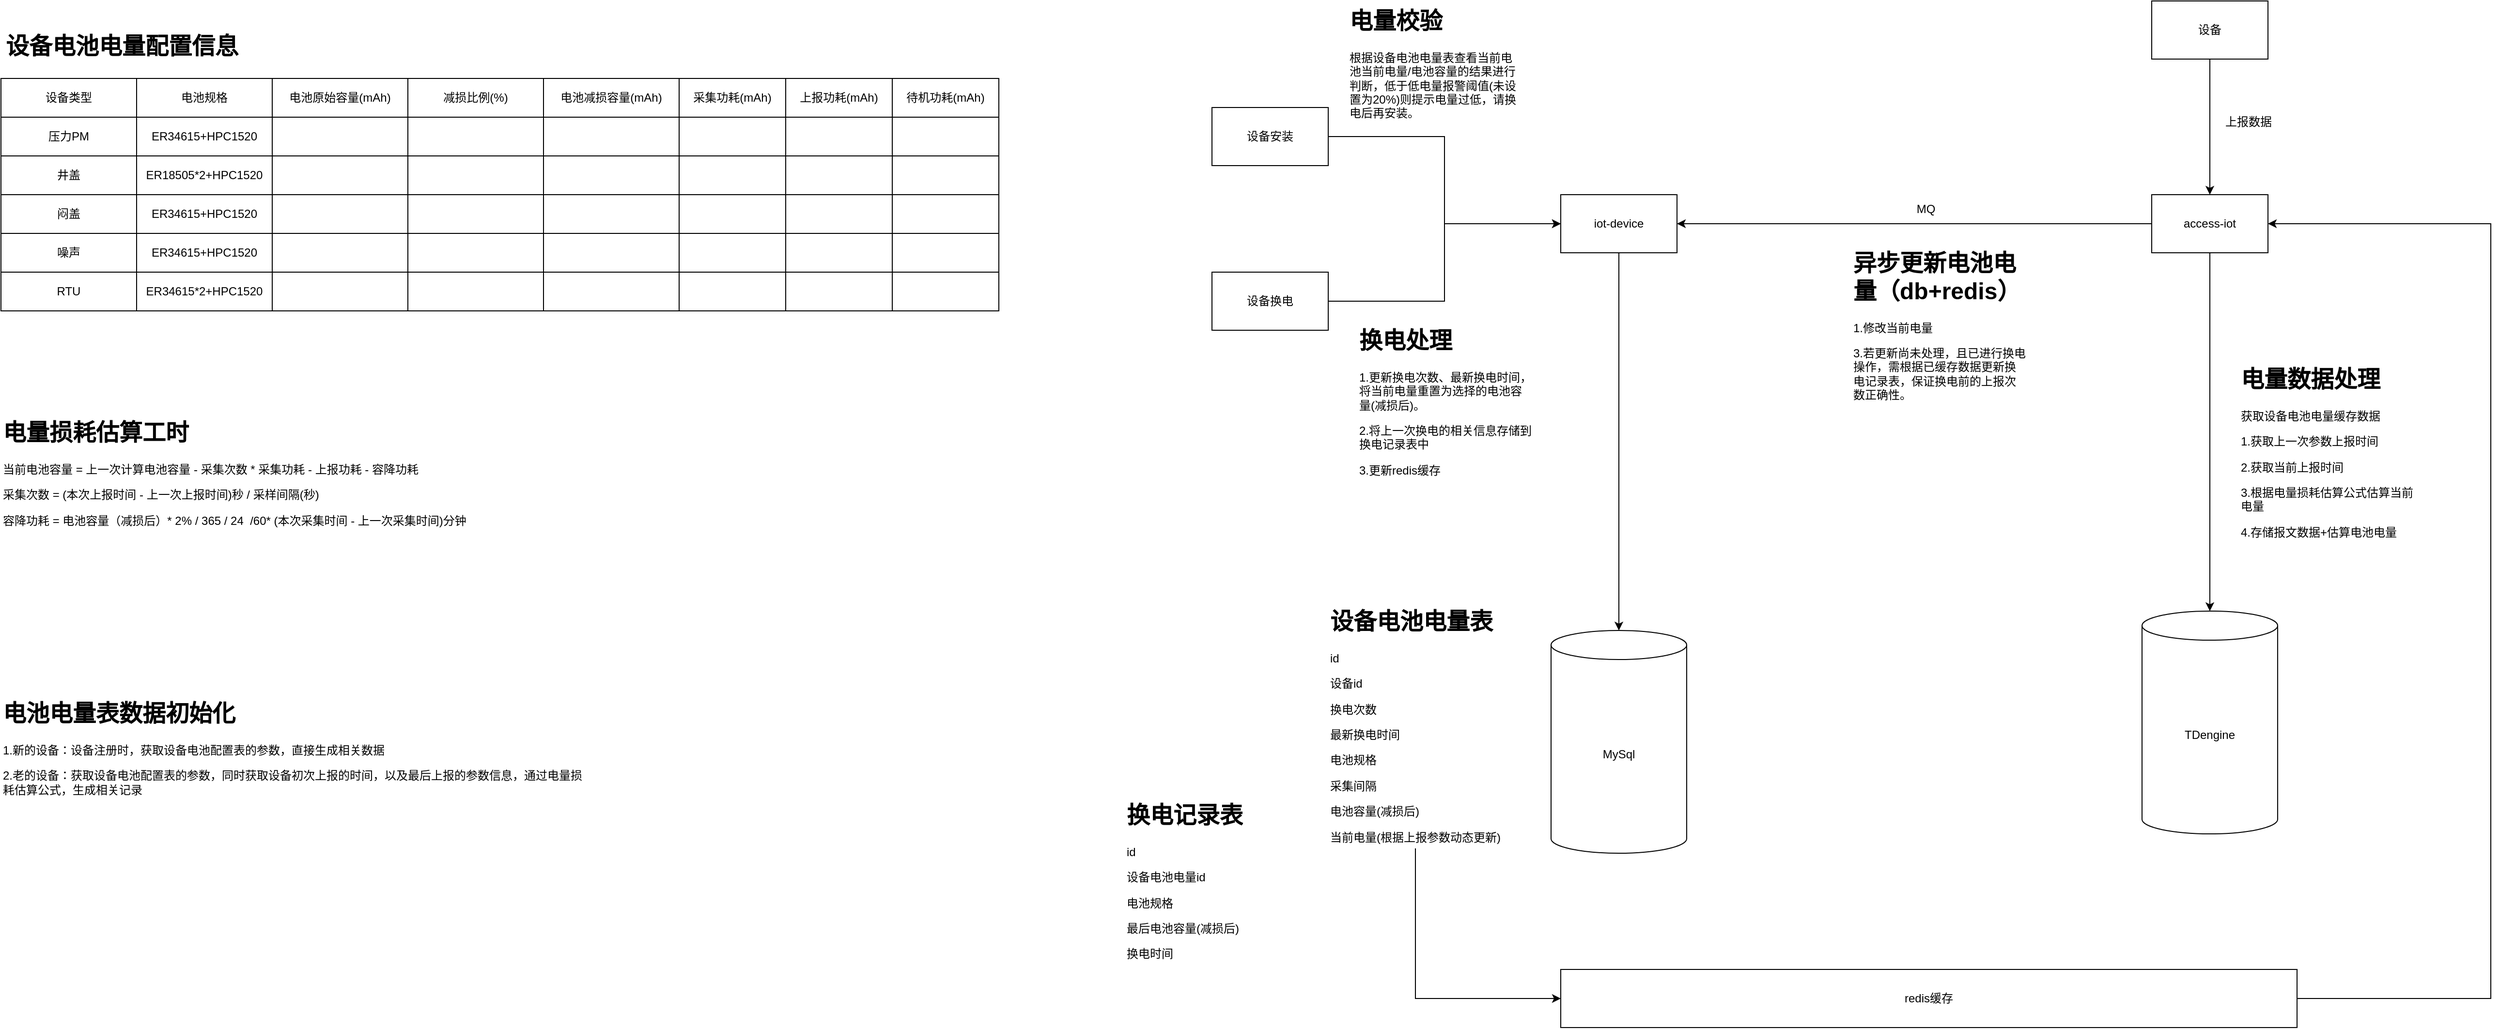
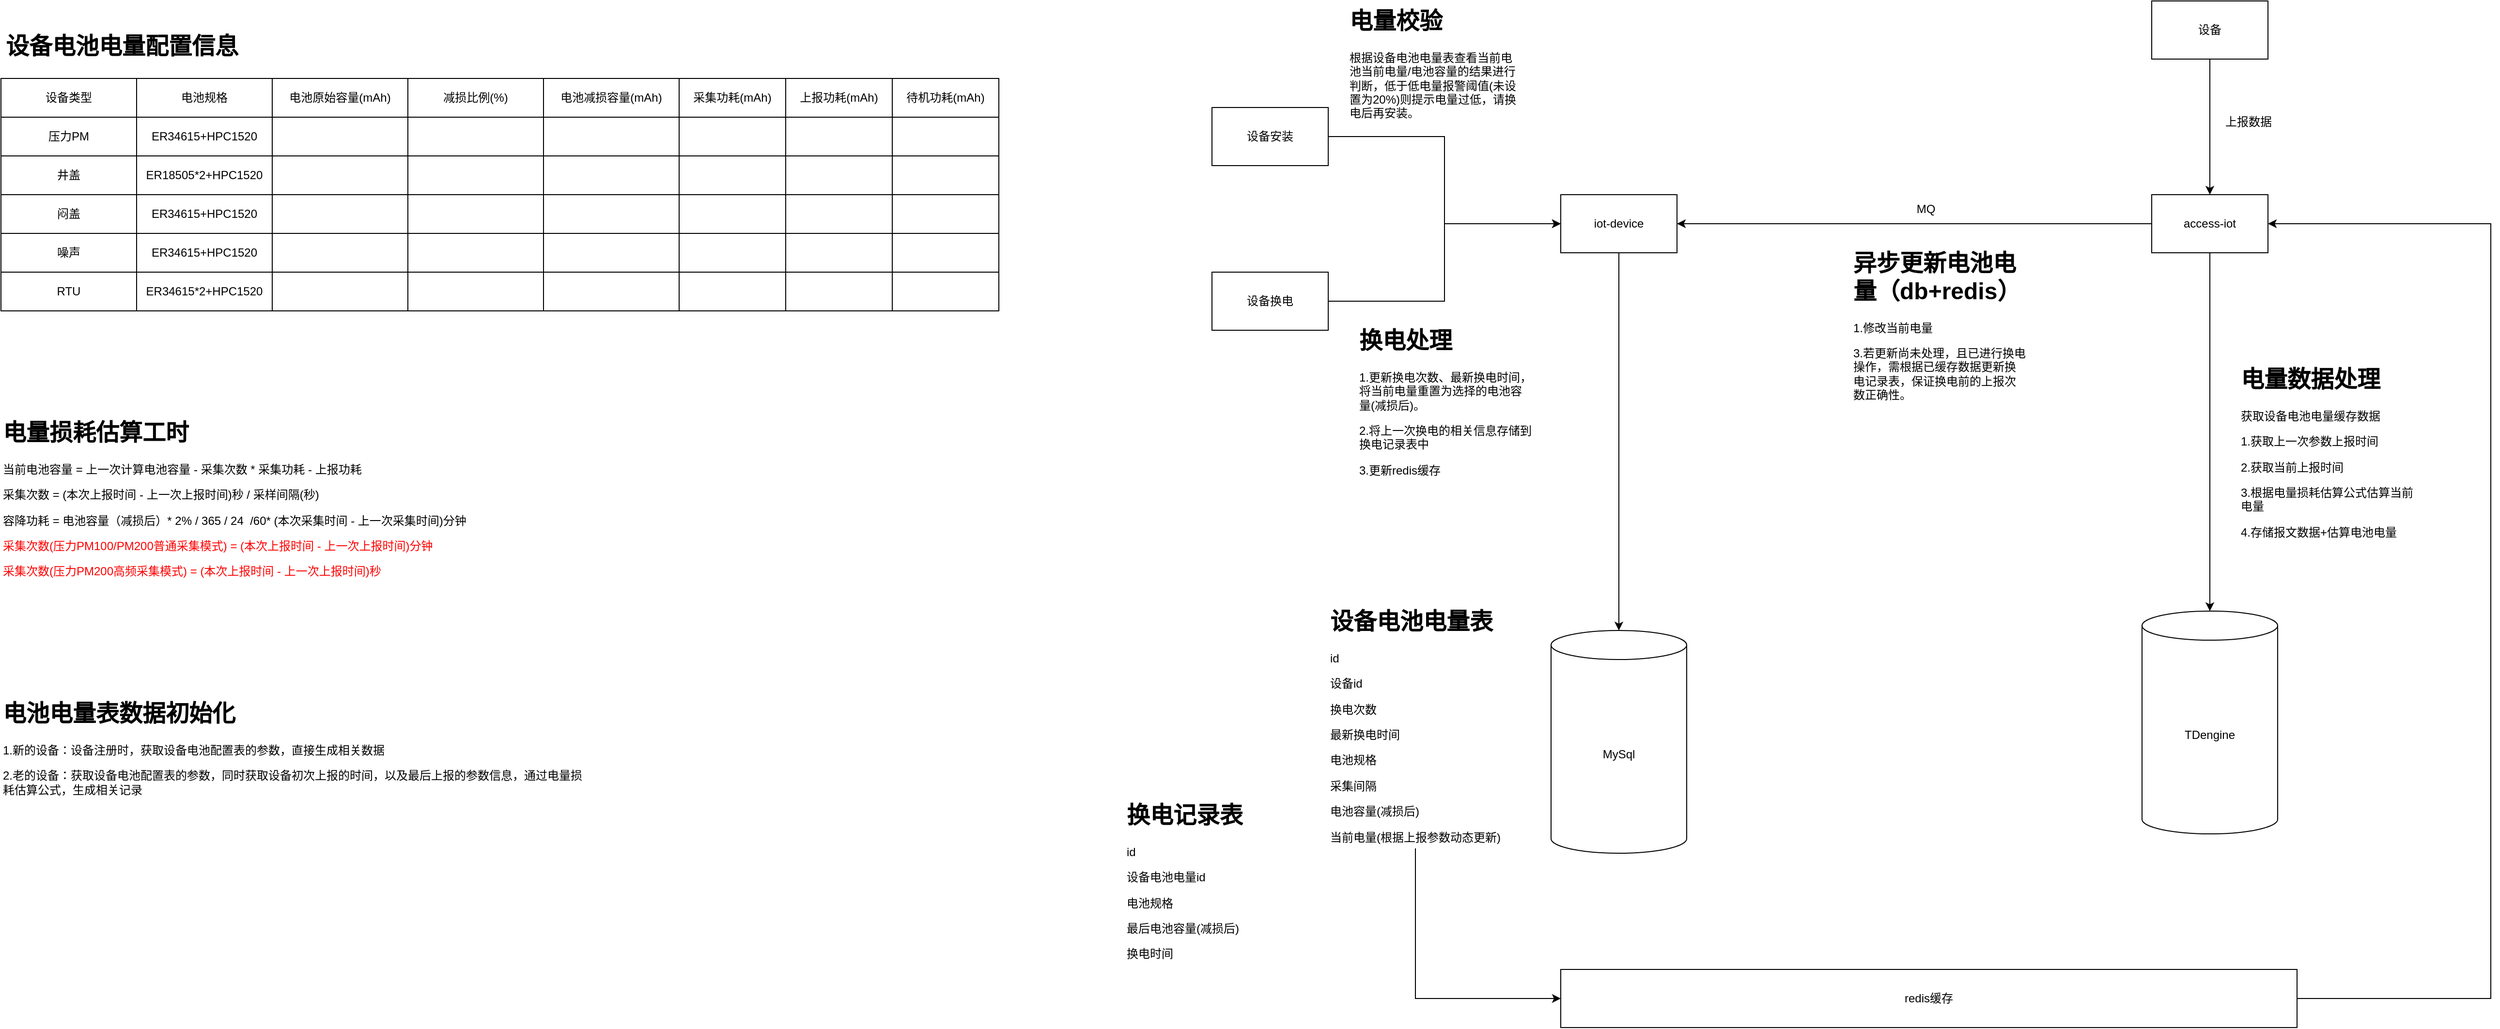
<mxfile host="app.diagrams.net">
  <diagram name="第 1 页" id="CJTt0Y1e_nSTC3EHAazc">
    <mxGraphModel dx="1904" dy="582" grid="1" gridSize="10" guides="1" tooltips="1" connect="1" arrows="1" fold="1" page="1" pageScale="1" pageWidth="827" pageHeight="1169" math="0" shadow="0">
      <root>
        <mxCell id="0" />
        <mxCell id="1" parent="0" />
        <mxCell id="PJUP-OBpyC3OTBr9TddZ-1" edge="1" parent="1" source="PJUP-OBpyC3OTBr9TddZ-2" style="edgeStyle=orthogonalEdgeStyle;rounded=0;orthogonalLoop=1;jettySize=auto;html=1;exitX=0.5;exitY=1;exitDx=0;exitDy=0;" target="PJUP-OBpyC3OTBr9TddZ-6">
          <mxGeometry relative="1" as="geometry" />
        </mxCell>
        <mxCell id="PJUP-OBpyC3OTBr9TddZ-2" parent="1" style="rounded=0;whiteSpace=wrap;html=1;" value="iot-device" vertex="1">
          <mxGeometry height="60" width="120" x="1560" y="530" as="geometry" />
        </mxCell>
        <mxCell id="PJUP-OBpyC3OTBr9TddZ-3" edge="1" parent="1" source="PJUP-OBpyC3OTBr9TddZ-5" style="edgeStyle=orthogonalEdgeStyle;rounded=0;orthogonalLoop=1;jettySize=auto;html=1;exitX=0;exitY=0.5;exitDx=0;exitDy=0;entryX=1;entryY=0.5;entryDx=0;entryDy=0;" target="PJUP-OBpyC3OTBr9TddZ-2">
          <mxGeometry relative="1" as="geometry" />
        </mxCell>
        <mxCell id="PJUP-OBpyC3OTBr9TddZ-4" edge="1" parent="1" source="PJUP-OBpyC3OTBr9TddZ-5" style="edgeStyle=orthogonalEdgeStyle;rounded=0;orthogonalLoop=1;jettySize=auto;html=1;exitX=0.5;exitY=1;exitDx=0;exitDy=0;" target="PJUP-OBpyC3OTBr9TddZ-7">
          <mxGeometry relative="1" as="geometry" />
        </mxCell>
        <mxCell id="PJUP-OBpyC3OTBr9TddZ-5" parent="1" style="rounded=0;whiteSpace=wrap;html=1;" value="access-iot" vertex="1">
          <mxGeometry height="60" width="120" x="2170" y="530" as="geometry" />
        </mxCell>
        <mxCell id="PJUP-OBpyC3OTBr9TddZ-6" parent="1" style="shape=cylinder3;whiteSpace=wrap;html=1;boundedLbl=1;backgroundOutline=1;size=15;" value="MySql" vertex="1">
          <mxGeometry height="230" width="140" x="1550" y="980" as="geometry" />
        </mxCell>
        <mxCell id="PJUP-OBpyC3OTBr9TddZ-7" parent="1" style="shape=cylinder3;whiteSpace=wrap;html=1;boundedLbl=1;backgroundOutline=1;size=15;" value="TDengine" vertex="1">
          <mxGeometry height="230" width="140" x="2160" y="960" as="geometry" />
        </mxCell>
        <mxCell id="PJUP-OBpyC3OTBr9TddZ-8" parent="1" style="text;html=1;whiteSpace=wrap;strokeColor=none;fillColor=none;align=center;verticalAlign=middle;rounded=0;" value="MQ" vertex="1">
          <mxGeometry height="30" width="60" x="1907" y="530" as="geometry" />
        </mxCell>
        <mxCell id="PJUP-OBpyC3OTBr9TddZ-9" edge="1" parent="1" source="PJUP-OBpyC3OTBr9TddZ-10" style="edgeStyle=orthogonalEdgeStyle;rounded=0;orthogonalLoop=1;jettySize=auto;html=1;exitX=0.5;exitY=1;exitDx=0;exitDy=0;entryX=0;entryY=0.5;entryDx=0;entryDy=0;" target="PJUP-OBpyC3OTBr9TddZ-12">
          <mxGeometry relative="1" as="geometry" />
        </mxCell>
        <mxCell id="PJUP-OBpyC3OTBr9TddZ-10" parent="1" style="text;html=1;whiteSpace=wrap;overflow=hidden;rounded=0;" value="&lt;h1 style=&quot;margin-top: 0px;&quot;&gt;设备电池电量表&lt;/h1&gt;&lt;p&gt;id&lt;/p&gt;&lt;p&gt;设备id&lt;/p&gt;&lt;p&gt;换电次数&lt;/p&gt;&lt;p&gt;最新换电时间&lt;/p&gt;&lt;p&gt;电池规格&lt;/p&gt;&lt;p&gt;采集间隔&lt;/p&gt;&lt;p&gt;电池容量(减损后)&lt;/p&gt;&lt;p&gt;当前电量(&lt;span style=&quot;background-color: transparent; color: light-dark(rgb(0, 0, 0), rgb(255, 255, 255));&quot;&gt;根据上报参数动态更新&lt;/span&gt;&lt;span style=&quot;background-color: transparent; color: light-dark(rgb(0, 0, 0), rgb(255, 255, 255));&quot;&gt;)&lt;/span&gt;&lt;/p&gt;" vertex="1">
          <mxGeometry height="255" width="180" x="1320" y="950" as="geometry" />
        </mxCell>
        <mxCell id="PJUP-OBpyC3OTBr9TddZ-11" edge="1" parent="1" source="PJUP-OBpyC3OTBr9TddZ-12" style="edgeStyle=orthogonalEdgeStyle;rounded=0;orthogonalLoop=1;jettySize=auto;html=1;exitX=1;exitY=0.5;exitDx=0;exitDy=0;entryX=1;entryY=0.5;entryDx=0;entryDy=0;" target="PJUP-OBpyC3OTBr9TddZ-5">
          <mxGeometry relative="1" as="geometry">
            <Array as="points">
              <mxPoint x="2520" y="1360" />
              <mxPoint x="2520" y="560" />
            </Array>
          </mxGeometry>
        </mxCell>
        <mxCell id="PJUP-OBpyC3OTBr9TddZ-12" parent="1" style="rounded=0;whiteSpace=wrap;html=1;" value="redis缓存" vertex="1">
          <mxGeometry height="60" width="760" x="1560" y="1330" as="geometry" />
        </mxCell>
        <mxCell id="PJUP-OBpyC3OTBr9TddZ-13" edge="1" parent="1" source="PJUP-OBpyC3OTBr9TddZ-14" style="edgeStyle=orthogonalEdgeStyle;rounded=0;orthogonalLoop=1;jettySize=auto;html=1;exitX=0.5;exitY=1;exitDx=0;exitDy=0;entryX=0.5;entryY=0;entryDx=0;entryDy=0;" target="PJUP-OBpyC3OTBr9TddZ-5">
          <mxGeometry relative="1" as="geometry" />
        </mxCell>
        <mxCell id="PJUP-OBpyC3OTBr9TddZ-14" parent="1" style="rounded=0;whiteSpace=wrap;html=1;" value="设备" vertex="1">
          <mxGeometry height="60" width="120" x="2170" y="330" as="geometry" />
        </mxCell>
        <mxCell id="PJUP-OBpyC3OTBr9TddZ-15" parent="1" style="text;html=1;whiteSpace=wrap;strokeColor=none;fillColor=none;align=center;verticalAlign=middle;rounded=0;" value="上报数据" vertex="1">
          <mxGeometry height="30" width="60" x="2240" y="440" as="geometry" />
        </mxCell>
        <mxCell id="PJUP-OBpyC3OTBr9TddZ-16" parent="1" style="text;html=1;whiteSpace=wrap;overflow=hidden;rounded=0;" value="&lt;h1 style=&quot;margin-top: 0px;&quot;&gt;电量数据处理&lt;/h1&gt;&lt;p&gt;获取设备电池电量缓存数据&lt;/p&gt;&lt;p&gt;1.获取上一次参数上报时间&lt;/p&gt;&lt;p&gt;2.获取当前上报时间&lt;/p&gt;&lt;p&gt;3.根据电量损耗估算公式估算当前电量&lt;/p&gt;&lt;p&gt;4.存储报文数据+估算电池电量&lt;/p&gt;&lt;p&gt;&lt;br&gt;&lt;/p&gt;&lt;p&gt;&lt;br&gt;&lt;/p&gt;" vertex="1">
          <mxGeometry height="250" width="180" x="2260" y="700" as="geometry" />
        </mxCell>
        <mxCell id="PJUP-OBpyC3OTBr9TddZ-17" edge="1" parent="1" source="PJUP-OBpyC3OTBr9TddZ-18" style="edgeStyle=orthogonalEdgeStyle;rounded=0;orthogonalLoop=1;jettySize=auto;html=1;exitX=1;exitY=0.5;exitDx=0;exitDy=0;entryX=0;entryY=0.5;entryDx=0;entryDy=0;" target="PJUP-OBpyC3OTBr9TddZ-2">
          <mxGeometry relative="1" as="geometry" />
        </mxCell>
        <mxCell id="PJUP-OBpyC3OTBr9TddZ-18" parent="1" style="rounded=0;whiteSpace=wrap;html=1;" value="设备安装" vertex="1">
          <mxGeometry height="60" width="120" x="1200" y="440" as="geometry" />
        </mxCell>
        <mxCell id="PJUP-OBpyC3OTBr9TddZ-19" edge="1" parent="1" source="PJUP-OBpyC3OTBr9TddZ-20" style="edgeStyle=orthogonalEdgeStyle;rounded=0;orthogonalLoop=1;jettySize=auto;html=1;exitX=1;exitY=0.5;exitDx=0;exitDy=0;entryX=0;entryY=0.5;entryDx=0;entryDy=0;" target="PJUP-OBpyC3OTBr9TddZ-2">
          <mxGeometry relative="1" as="geometry" />
        </mxCell>
        <mxCell id="PJUP-OBpyC3OTBr9TddZ-20" parent="1" style="rounded=0;whiteSpace=wrap;html=1;" value="设备换电" vertex="1">
          <mxGeometry height="60" width="120" x="1200" y="610" as="geometry" />
        </mxCell>
        <mxCell id="PJUP-OBpyC3OTBr9TddZ-21" parent="1" style="text;html=1;whiteSpace=wrap;overflow=hidden;rounded=0;" value="&lt;h1 style=&quot;margin-top: 0px;&quot;&gt;电量校验&lt;/h1&gt;&lt;p&gt;根据设备电池电量表查看当前电池当前电量/电池容量的结果进行判断，低于低电量报警阈值&lt;span style=&quot;background-color: transparent; color: light-dark(rgb(0, 0, 0), rgb(255, 255, 255));&quot;&gt;(未设置为20%)&lt;/span&gt;&lt;span style=&quot;background-color: transparent; color: light-dark(rgb(0, 0, 0), rgb(255, 255, 255));&quot;&gt;则提示电量过低，请换电后再安装。&lt;/span&gt;&lt;/p&gt;" vertex="1">
          <mxGeometry height="150" width="180" x="1340" y="330" as="geometry" />
        </mxCell>
        <mxCell id="PJUP-OBpyC3OTBr9TddZ-22" parent="1" style="text;html=1;whiteSpace=wrap;overflow=hidden;rounded=0;" value="&lt;h1 style=&quot;margin-top: 0px;&quot;&gt;换电处理&lt;/h1&gt;&lt;p&gt;1.更新换电次数、最新换电时间，将当前电量重置为选择的电池容量(减损后)。&lt;/p&gt;&lt;p&gt;2.将上一次换电的相关信息存储到换电记录表中&lt;/p&gt;&lt;p&gt;3.更新redis缓存&lt;/p&gt;" vertex="1">
          <mxGeometry height="180" width="180" x="1350" y="660" as="geometry" />
        </mxCell>
        <mxCell id="PJUP-OBpyC3OTBr9TddZ-23" parent="1" style="text;html=1;whiteSpace=wrap;overflow=hidden;rounded=0;" value="&lt;h1 style=&quot;margin-top: 0px;&quot;&gt;换电记录表&lt;/h1&gt;&lt;p&gt;id&lt;/p&gt;&lt;p&gt;设备电池电量id&lt;/p&gt;&lt;p&gt;电池规格&lt;/p&gt;&lt;p&gt;最后电池容量(减损后)&lt;/p&gt;&lt;p&gt;换电时间&lt;/p&gt;" vertex="1">
          <mxGeometry height="210" width="180" x="1110" y="1150" as="geometry" />
        </mxCell>
        <mxCell id="PJUP-OBpyC3OTBr9TddZ-24" parent="1" style="text;html=1;whiteSpace=wrap;overflow=hidden;rounded=0;" value="&lt;h1 style=&quot;margin-top: 0px;&quot;&gt;异步更新电池电量（db+redis）&lt;/h1&gt;&lt;p&gt;1.修改当前电量&lt;/p&gt;&lt;p&gt;3.若更新尚未处理，且已进行换电操作，需根据已缓存数据更新换电记录表，保证换电前的上报次数正确性。&lt;/p&gt;&lt;p&gt;&lt;br&gt;&lt;/p&gt;" vertex="1">
          <mxGeometry height="310" width="180" x="1860" y="580" as="geometry" />
        </mxCell>
        <mxCell id="PJUP-OBpyC3OTBr9TddZ-25" parent="1" style="shape=table;startSize=0;container=1;collapsible=0;childLayout=tableLayout;fixedHeader=1;" value="" vertex="1">
          <mxGeometry height="240" width="1030" x="-50" y="410" as="geometry" />
        </mxCell>
        <mxCell id="PJUP-OBpyC3OTBr9TddZ-26" parent="PJUP-OBpyC3OTBr9TddZ-25" style="shape=tableRow;horizontal=0;startSize=0;swimlaneHead=0;swimlaneBody=0;strokeColor=inherit;top=0;left=0;bottom=0;right=0;collapsible=0;dropTarget=0;fillColor=none;points=[[0,0.5],[1,0.5]];portConstraint=eastwest;fixedHeader=1;" value="" vertex="1">
          <mxGeometry height="40" width="1030" as="geometry" />
        </mxCell>
        <mxCell id="PJUP-OBpyC3OTBr9TddZ-27" parent="PJUP-OBpyC3OTBr9TddZ-26" style="shape=partialRectangle;html=1;whiteSpace=wrap;connectable=0;strokeColor=inherit;overflow=hidden;fillColor=none;top=0;left=0;bottom=0;right=0;pointerEvents=1;" value="设备类型" vertex="1">
          <mxGeometry height="40" width="140" as="geometry">
            <mxRectangle height="40" width="140" as="alternateBounds" />
          </mxGeometry>
        </mxCell>
        <mxCell id="PJUP-OBpyC3OTBr9TddZ-28" parent="PJUP-OBpyC3OTBr9TddZ-26" style="shape=partialRectangle;html=1;whiteSpace=wrap;connectable=0;strokeColor=inherit;overflow=hidden;fillColor=none;top=0;left=0;bottom=0;right=0;pointerEvents=1;" value="电池规格" vertex="1">
          <mxGeometry height="40" width="140" x="140" as="geometry">
            <mxRectangle height="40" width="140" as="alternateBounds" />
          </mxGeometry>
        </mxCell>
        <mxCell id="PJUP-OBpyC3OTBr9TddZ-29" parent="PJUP-OBpyC3OTBr9TddZ-26" style="shape=partialRectangle;html=1;whiteSpace=wrap;connectable=0;strokeColor=inherit;overflow=hidden;fillColor=none;top=0;left=0;bottom=0;right=0;pointerEvents=1;" value="电池原始容量(mAh)" vertex="1">
          <mxGeometry height="40" width="140" x="280" as="geometry">
            <mxRectangle height="40" width="140" as="alternateBounds" />
          </mxGeometry>
        </mxCell>
        <mxCell id="PJUP-OBpyC3OTBr9TddZ-50" parent="PJUP-OBpyC3OTBr9TddZ-26" style="shape=partialRectangle;html=1;whiteSpace=wrap;connectable=0;strokeColor=inherit;overflow=hidden;fillColor=none;top=0;left=0;bottom=0;right=0;pointerEvents=1;" value="减损比例(%)" vertex="1">
          <mxGeometry height="40" width="140" x="420" as="geometry">
            <mxRectangle height="40" width="140" as="alternateBounds" />
          </mxGeometry>
        </mxCell>
        <mxCell id="PJUP-OBpyC3OTBr9TddZ-56" parent="PJUP-OBpyC3OTBr9TddZ-26" style="shape=partialRectangle;html=1;whiteSpace=wrap;connectable=0;strokeColor=inherit;overflow=hidden;fillColor=none;top=0;left=0;bottom=0;right=0;pointerEvents=1;" value="电池减损容量(mAh)" vertex="1">
          <mxGeometry height="40" width="140" x="560" as="geometry">
            <mxRectangle height="40" width="140" as="alternateBounds" />
          </mxGeometry>
        </mxCell>
        <mxCell id="PJUP-OBpyC3OTBr9TddZ-77" parent="PJUP-OBpyC3OTBr9TddZ-26" style="shape=partialRectangle;html=1;whiteSpace=wrap;connectable=0;strokeColor=inherit;overflow=hidden;fillColor=none;top=0;left=0;bottom=0;right=0;pointerEvents=1;" value="采集功耗(mAh)" vertex="1">
          <mxGeometry height="40" width="110" x="700" as="geometry">
            <mxRectangle height="40" width="110" as="alternateBounds" />
          </mxGeometry>
        </mxCell>
        <mxCell id="PJUP-OBpyC3OTBr9TddZ-90" parent="PJUP-OBpyC3OTBr9TddZ-26" style="shape=partialRectangle;html=1;whiteSpace=wrap;connectable=0;strokeColor=inherit;overflow=hidden;fillColor=none;top=0;left=0;bottom=0;right=0;pointerEvents=1;" value="上报功耗(mAh)" vertex="1">
          <mxGeometry height="40" width="110" x="810" as="geometry">
            <mxRectangle height="40" width="110" as="alternateBounds" />
          </mxGeometry>
        </mxCell>
        <mxCell id="PJUP-OBpyC3OTBr9TddZ-83" parent="PJUP-OBpyC3OTBr9TddZ-26" style="shape=partialRectangle;html=1;whiteSpace=wrap;connectable=0;strokeColor=inherit;overflow=hidden;fillColor=none;top=0;left=0;bottom=0;right=0;pointerEvents=1;" value="待机功耗(mAh)" vertex="1">
          <mxGeometry height="40" width="110" x="920" as="geometry">
            <mxRectangle height="40" width="110" as="alternateBounds" />
          </mxGeometry>
        </mxCell>
        <mxCell id="PJUP-OBpyC3OTBr9TddZ-30" parent="PJUP-OBpyC3OTBr9TddZ-25" style="shape=tableRow;horizontal=0;startSize=0;swimlaneHead=0;swimlaneBody=0;strokeColor=inherit;top=0;left=0;bottom=0;right=0;collapsible=0;dropTarget=0;fillColor=none;points=[[0,0.5],[1,0.5]];portConstraint=eastwest;fixedHeader=1;" value="" vertex="1">
          <mxGeometry height="40" width="1030" y="40" as="geometry" />
        </mxCell>
        <mxCell id="PJUP-OBpyC3OTBr9TddZ-31" parent="PJUP-OBpyC3OTBr9TddZ-30" style="shape=partialRectangle;html=1;whiteSpace=wrap;connectable=0;strokeColor=inherit;overflow=hidden;fillColor=none;top=0;left=0;bottom=0;right=0;pointerEvents=1;" value="压力PM" vertex="1">
          <mxGeometry height="40" width="140" as="geometry">
            <mxRectangle height="40" width="140" as="alternateBounds" />
          </mxGeometry>
        </mxCell>
        <mxCell id="PJUP-OBpyC3OTBr9TddZ-32" parent="PJUP-OBpyC3OTBr9TddZ-30" style="shape=partialRectangle;html=1;whiteSpace=wrap;connectable=0;strokeColor=inherit;overflow=hidden;fillColor=none;top=0;left=0;bottom=0;right=0;pointerEvents=1;" value="ER34615+HPC1520" vertex="1">
          <mxGeometry height="40" width="140" x="140" as="geometry">
            <mxRectangle height="40" width="140" as="alternateBounds" />
          </mxGeometry>
        </mxCell>
        <mxCell id="PJUP-OBpyC3OTBr9TddZ-33" parent="PJUP-OBpyC3OTBr9TddZ-30" style="shape=partialRectangle;html=1;whiteSpace=wrap;connectable=0;strokeColor=inherit;overflow=hidden;fillColor=none;top=0;left=0;bottom=0;right=0;pointerEvents=1;" value="" vertex="1">
          <mxGeometry height="40" width="140" x="280" as="geometry">
            <mxRectangle height="40" width="140" as="alternateBounds" />
          </mxGeometry>
        </mxCell>
        <mxCell id="PJUP-OBpyC3OTBr9TddZ-51" parent="PJUP-OBpyC3OTBr9TddZ-30" style="shape=partialRectangle;html=1;whiteSpace=wrap;connectable=0;strokeColor=inherit;overflow=hidden;fillColor=none;top=0;left=0;bottom=0;right=0;pointerEvents=1;" vertex="1">
          <mxGeometry height="40" width="140" x="420" as="geometry">
            <mxRectangle height="40" width="140" as="alternateBounds" />
          </mxGeometry>
        </mxCell>
        <mxCell id="PJUP-OBpyC3OTBr9TddZ-57" parent="PJUP-OBpyC3OTBr9TddZ-30" style="shape=partialRectangle;html=1;whiteSpace=wrap;connectable=0;strokeColor=inherit;overflow=hidden;fillColor=none;top=0;left=0;bottom=0;right=0;pointerEvents=1;" vertex="1">
          <mxGeometry height="40" width="140" x="560" as="geometry">
            <mxRectangle height="40" width="140" as="alternateBounds" />
          </mxGeometry>
        </mxCell>
        <mxCell id="PJUP-OBpyC3OTBr9TddZ-78" parent="PJUP-OBpyC3OTBr9TddZ-30" style="shape=partialRectangle;html=1;whiteSpace=wrap;connectable=0;strokeColor=inherit;overflow=hidden;fillColor=none;top=0;left=0;bottom=0;right=0;pointerEvents=1;" vertex="1">
          <mxGeometry height="40" width="110" x="700" as="geometry">
            <mxRectangle height="40" width="110" as="alternateBounds" />
          </mxGeometry>
        </mxCell>
        <mxCell id="PJUP-OBpyC3OTBr9TddZ-91" parent="PJUP-OBpyC3OTBr9TddZ-30" style="shape=partialRectangle;html=1;whiteSpace=wrap;connectable=0;strokeColor=inherit;overflow=hidden;fillColor=none;top=0;left=0;bottom=0;right=0;pointerEvents=1;" vertex="1">
          <mxGeometry height="40" width="110" x="810" as="geometry">
            <mxRectangle height="40" width="110" as="alternateBounds" />
          </mxGeometry>
        </mxCell>
        <mxCell id="PJUP-OBpyC3OTBr9TddZ-84" parent="PJUP-OBpyC3OTBr9TddZ-30" style="shape=partialRectangle;html=1;whiteSpace=wrap;connectable=0;strokeColor=inherit;overflow=hidden;fillColor=none;top=0;left=0;bottom=0;right=0;pointerEvents=1;" vertex="1">
          <mxGeometry height="40" width="110" x="920" as="geometry">
            <mxRectangle height="40" width="110" as="alternateBounds" />
          </mxGeometry>
        </mxCell>
        <mxCell id="PJUP-OBpyC3OTBr9TddZ-34" parent="PJUP-OBpyC3OTBr9TddZ-25" style="shape=tableRow;horizontal=0;startSize=0;swimlaneHead=0;swimlaneBody=0;strokeColor=inherit;top=0;left=0;bottom=0;right=0;collapsible=0;dropTarget=0;fillColor=none;points=[[0,0.5],[1,0.5]];portConstraint=eastwest;fixedHeader=1;" value="" vertex="1">
          <mxGeometry height="40" width="1030" y="80" as="geometry" />
        </mxCell>
        <mxCell id="PJUP-OBpyC3OTBr9TddZ-35" parent="PJUP-OBpyC3OTBr9TddZ-34" style="shape=partialRectangle;html=1;whiteSpace=wrap;connectable=0;strokeColor=inherit;overflow=hidden;fillColor=none;top=0;left=0;bottom=0;right=0;pointerEvents=1;" value="井盖" vertex="1">
          <mxGeometry height="40" width="140" as="geometry">
            <mxRectangle height="40" width="140" as="alternateBounds" />
          </mxGeometry>
        </mxCell>
        <mxCell id="PJUP-OBpyC3OTBr9TddZ-36" parent="PJUP-OBpyC3OTBr9TddZ-34" style="shape=partialRectangle;html=1;whiteSpace=wrap;connectable=0;strokeColor=inherit;overflow=hidden;fillColor=none;top=0;left=0;bottom=0;right=0;pointerEvents=1;" value="ER18505*2+HPC1520" vertex="1">
          <mxGeometry height="40" width="140" x="140" as="geometry">
            <mxRectangle height="40" width="140" as="alternateBounds" />
          </mxGeometry>
        </mxCell>
        <mxCell id="PJUP-OBpyC3OTBr9TddZ-37" parent="PJUP-OBpyC3OTBr9TddZ-34" style="shape=partialRectangle;html=1;whiteSpace=wrap;connectable=0;strokeColor=inherit;overflow=hidden;fillColor=none;top=0;left=0;bottom=0;right=0;pointerEvents=1;" value="" vertex="1">
          <mxGeometry height="40" width="140" x="280" as="geometry">
            <mxRectangle height="40" width="140" as="alternateBounds" />
          </mxGeometry>
        </mxCell>
        <mxCell id="PJUP-OBpyC3OTBr9TddZ-52" parent="PJUP-OBpyC3OTBr9TddZ-34" style="shape=partialRectangle;html=1;whiteSpace=wrap;connectable=0;strokeColor=inherit;overflow=hidden;fillColor=none;top=0;left=0;bottom=0;right=0;pointerEvents=1;" vertex="1">
          <mxGeometry height="40" width="140" x="420" as="geometry">
            <mxRectangle height="40" width="140" as="alternateBounds" />
          </mxGeometry>
        </mxCell>
        <mxCell id="PJUP-OBpyC3OTBr9TddZ-58" parent="PJUP-OBpyC3OTBr9TddZ-34" style="shape=partialRectangle;html=1;whiteSpace=wrap;connectable=0;strokeColor=inherit;overflow=hidden;fillColor=none;top=0;left=0;bottom=0;right=0;pointerEvents=1;" vertex="1">
          <mxGeometry height="40" width="140" x="560" as="geometry">
            <mxRectangle height="40" width="140" as="alternateBounds" />
          </mxGeometry>
        </mxCell>
        <mxCell id="PJUP-OBpyC3OTBr9TddZ-79" parent="PJUP-OBpyC3OTBr9TddZ-34" style="shape=partialRectangle;html=1;whiteSpace=wrap;connectable=0;strokeColor=inherit;overflow=hidden;fillColor=none;top=0;left=0;bottom=0;right=0;pointerEvents=1;" vertex="1">
          <mxGeometry height="40" width="110" x="700" as="geometry">
            <mxRectangle height="40" width="110" as="alternateBounds" />
          </mxGeometry>
        </mxCell>
        <mxCell id="PJUP-OBpyC3OTBr9TddZ-92" parent="PJUP-OBpyC3OTBr9TddZ-34" style="shape=partialRectangle;html=1;whiteSpace=wrap;connectable=0;strokeColor=inherit;overflow=hidden;fillColor=none;top=0;left=0;bottom=0;right=0;pointerEvents=1;" vertex="1">
          <mxGeometry height="40" width="110" x="810" as="geometry">
            <mxRectangle height="40" width="110" as="alternateBounds" />
          </mxGeometry>
        </mxCell>
        <mxCell id="PJUP-OBpyC3OTBr9TddZ-85" parent="PJUP-OBpyC3OTBr9TddZ-34" style="shape=partialRectangle;html=1;whiteSpace=wrap;connectable=0;strokeColor=inherit;overflow=hidden;fillColor=none;top=0;left=0;bottom=0;right=0;pointerEvents=1;" vertex="1">
          <mxGeometry height="40" width="110" x="920" as="geometry">
            <mxRectangle height="40" width="110" as="alternateBounds" />
          </mxGeometry>
        </mxCell>
        <mxCell id="PJUP-OBpyC3OTBr9TddZ-38" parent="PJUP-OBpyC3OTBr9TddZ-25" style="shape=tableRow;horizontal=0;startSize=0;swimlaneHead=0;swimlaneBody=0;strokeColor=inherit;top=0;left=0;bottom=0;right=0;collapsible=0;dropTarget=0;fillColor=none;points=[[0,0.5],[1,0.5]];portConstraint=eastwest;fixedHeader=1;" value="" vertex="1">
          <mxGeometry height="40" width="1030" y="120" as="geometry" />
        </mxCell>
        <mxCell id="PJUP-OBpyC3OTBr9TddZ-39" parent="PJUP-OBpyC3OTBr9TddZ-38" style="shape=partialRectangle;html=1;whiteSpace=wrap;connectable=0;strokeColor=inherit;overflow=hidden;fillColor=none;top=0;left=0;bottom=0;right=0;pointerEvents=1;" value="闷盖" vertex="1">
          <mxGeometry height="40" width="140" as="geometry">
            <mxRectangle height="40" width="140" as="alternateBounds" />
          </mxGeometry>
        </mxCell>
        <mxCell id="PJUP-OBpyC3OTBr9TddZ-40" parent="PJUP-OBpyC3OTBr9TddZ-38" style="shape=partialRectangle;html=1;whiteSpace=wrap;connectable=0;strokeColor=inherit;overflow=hidden;fillColor=none;top=0;left=0;bottom=0;right=0;pointerEvents=1;" value="ER34615+HPC1520" vertex="1">
          <mxGeometry height="40" width="140" x="140" as="geometry">
            <mxRectangle height="40" width="140" as="alternateBounds" />
          </mxGeometry>
        </mxCell>
        <mxCell id="PJUP-OBpyC3OTBr9TddZ-41" parent="PJUP-OBpyC3OTBr9TddZ-38" style="shape=partialRectangle;html=1;whiteSpace=wrap;connectable=0;strokeColor=inherit;overflow=hidden;fillColor=none;top=0;left=0;bottom=0;right=0;pointerEvents=1;" value="" vertex="1">
          <mxGeometry height="40" width="140" x="280" as="geometry">
            <mxRectangle height="40" width="140" as="alternateBounds" />
          </mxGeometry>
        </mxCell>
        <mxCell id="PJUP-OBpyC3OTBr9TddZ-53" parent="PJUP-OBpyC3OTBr9TddZ-38" style="shape=partialRectangle;html=1;whiteSpace=wrap;connectable=0;strokeColor=inherit;overflow=hidden;fillColor=none;top=0;left=0;bottom=0;right=0;pointerEvents=1;" vertex="1">
          <mxGeometry height="40" width="140" x="420" as="geometry">
            <mxRectangle height="40" width="140" as="alternateBounds" />
          </mxGeometry>
        </mxCell>
        <mxCell id="PJUP-OBpyC3OTBr9TddZ-59" parent="PJUP-OBpyC3OTBr9TddZ-38" style="shape=partialRectangle;html=1;whiteSpace=wrap;connectable=0;strokeColor=inherit;overflow=hidden;fillColor=none;top=0;left=0;bottom=0;right=0;pointerEvents=1;" vertex="1">
          <mxGeometry height="40" width="140" x="560" as="geometry">
            <mxRectangle height="40" width="140" as="alternateBounds" />
          </mxGeometry>
        </mxCell>
        <mxCell id="PJUP-OBpyC3OTBr9TddZ-80" parent="PJUP-OBpyC3OTBr9TddZ-38" style="shape=partialRectangle;html=1;whiteSpace=wrap;connectable=0;strokeColor=inherit;overflow=hidden;fillColor=none;top=0;left=0;bottom=0;right=0;pointerEvents=1;" vertex="1">
          <mxGeometry height="40" width="110" x="700" as="geometry">
            <mxRectangle height="40" width="110" as="alternateBounds" />
          </mxGeometry>
        </mxCell>
        <mxCell id="PJUP-OBpyC3OTBr9TddZ-93" parent="PJUP-OBpyC3OTBr9TddZ-38" style="shape=partialRectangle;html=1;whiteSpace=wrap;connectable=0;strokeColor=inherit;overflow=hidden;fillColor=none;top=0;left=0;bottom=0;right=0;pointerEvents=1;" vertex="1">
          <mxGeometry height="40" width="110" x="810" as="geometry">
            <mxRectangle height="40" width="110" as="alternateBounds" />
          </mxGeometry>
        </mxCell>
        <mxCell id="PJUP-OBpyC3OTBr9TddZ-86" parent="PJUP-OBpyC3OTBr9TddZ-38" style="shape=partialRectangle;html=1;whiteSpace=wrap;connectable=0;strokeColor=inherit;overflow=hidden;fillColor=none;top=0;left=0;bottom=0;right=0;pointerEvents=1;" vertex="1">
          <mxGeometry height="40" width="110" x="920" as="geometry">
            <mxRectangle height="40" width="110" as="alternateBounds" />
          </mxGeometry>
        </mxCell>
        <mxCell id="PJUP-OBpyC3OTBr9TddZ-42" parent="PJUP-OBpyC3OTBr9TddZ-25" style="shape=tableRow;horizontal=0;startSize=0;swimlaneHead=0;swimlaneBody=0;strokeColor=inherit;top=0;left=0;bottom=0;right=0;collapsible=0;dropTarget=0;fillColor=none;points=[[0,0.5],[1,0.5]];portConstraint=eastwest;fixedHeader=1;" value="" vertex="1">
          <mxGeometry height="40" width="1030" y="160" as="geometry" />
        </mxCell>
        <mxCell id="PJUP-OBpyC3OTBr9TddZ-43" parent="PJUP-OBpyC3OTBr9TddZ-42" style="shape=partialRectangle;html=1;whiteSpace=wrap;connectable=0;strokeColor=inherit;overflow=hidden;fillColor=none;top=0;left=0;bottom=0;right=0;pointerEvents=1;" value="噪声" vertex="1">
          <mxGeometry height="40" width="140" as="geometry">
            <mxRectangle height="40" width="140" as="alternateBounds" />
          </mxGeometry>
        </mxCell>
        <mxCell id="PJUP-OBpyC3OTBr9TddZ-44" parent="PJUP-OBpyC3OTBr9TddZ-42" style="shape=partialRectangle;html=1;whiteSpace=wrap;connectable=0;strokeColor=inherit;overflow=hidden;fillColor=none;top=0;left=0;bottom=0;right=0;pointerEvents=1;" value="ER34615+HPC1520" vertex="1">
          <mxGeometry height="40" width="140" x="140" as="geometry">
            <mxRectangle height="40" width="140" as="alternateBounds" />
          </mxGeometry>
        </mxCell>
        <mxCell id="PJUP-OBpyC3OTBr9TddZ-45" parent="PJUP-OBpyC3OTBr9TddZ-42" style="shape=partialRectangle;html=1;whiteSpace=wrap;connectable=0;strokeColor=inherit;overflow=hidden;fillColor=none;top=0;left=0;bottom=0;right=0;pointerEvents=1;" value="" vertex="1">
          <mxGeometry height="40" width="140" x="280" as="geometry">
            <mxRectangle height="40" width="140" as="alternateBounds" />
          </mxGeometry>
        </mxCell>
        <mxCell id="PJUP-OBpyC3OTBr9TddZ-54" parent="PJUP-OBpyC3OTBr9TddZ-42" style="shape=partialRectangle;html=1;whiteSpace=wrap;connectable=0;strokeColor=inherit;overflow=hidden;fillColor=none;top=0;left=0;bottom=0;right=0;pointerEvents=1;" vertex="1">
          <mxGeometry height="40" width="140" x="420" as="geometry">
            <mxRectangle height="40" width="140" as="alternateBounds" />
          </mxGeometry>
        </mxCell>
        <mxCell id="PJUP-OBpyC3OTBr9TddZ-60" parent="PJUP-OBpyC3OTBr9TddZ-42" style="shape=partialRectangle;html=1;whiteSpace=wrap;connectable=0;strokeColor=inherit;overflow=hidden;fillColor=none;top=0;left=0;bottom=0;right=0;pointerEvents=1;" vertex="1">
          <mxGeometry height="40" width="140" x="560" as="geometry">
            <mxRectangle height="40" width="140" as="alternateBounds" />
          </mxGeometry>
        </mxCell>
        <mxCell id="PJUP-OBpyC3OTBr9TddZ-81" parent="PJUP-OBpyC3OTBr9TddZ-42" style="shape=partialRectangle;html=1;whiteSpace=wrap;connectable=0;strokeColor=inherit;overflow=hidden;fillColor=none;top=0;left=0;bottom=0;right=0;pointerEvents=1;" vertex="1">
          <mxGeometry height="40" width="110" x="700" as="geometry">
            <mxRectangle height="40" width="110" as="alternateBounds" />
          </mxGeometry>
        </mxCell>
        <mxCell id="PJUP-OBpyC3OTBr9TddZ-94" parent="PJUP-OBpyC3OTBr9TddZ-42" style="shape=partialRectangle;html=1;whiteSpace=wrap;connectable=0;strokeColor=inherit;overflow=hidden;fillColor=none;top=0;left=0;bottom=0;right=0;pointerEvents=1;" vertex="1">
          <mxGeometry height="40" width="110" x="810" as="geometry">
            <mxRectangle height="40" width="110" as="alternateBounds" />
          </mxGeometry>
        </mxCell>
        <mxCell id="PJUP-OBpyC3OTBr9TddZ-87" parent="PJUP-OBpyC3OTBr9TddZ-42" style="shape=partialRectangle;html=1;whiteSpace=wrap;connectable=0;strokeColor=inherit;overflow=hidden;fillColor=none;top=0;left=0;bottom=0;right=0;pointerEvents=1;" vertex="1">
          <mxGeometry height="40" width="110" x="920" as="geometry">
            <mxRectangle height="40" width="110" as="alternateBounds" />
          </mxGeometry>
        </mxCell>
        <mxCell id="PJUP-OBpyC3OTBr9TddZ-46" parent="PJUP-OBpyC3OTBr9TddZ-25" style="shape=tableRow;horizontal=0;startSize=0;swimlaneHead=0;swimlaneBody=0;strokeColor=inherit;top=0;left=0;bottom=0;right=0;collapsible=0;dropTarget=0;fillColor=none;points=[[0,0.5],[1,0.5]];portConstraint=eastwest;fixedHeader=1;" vertex="1">
          <mxGeometry height="40" width="1030" y="200" as="geometry" />
        </mxCell>
        <mxCell id="PJUP-OBpyC3OTBr9TddZ-47" parent="PJUP-OBpyC3OTBr9TddZ-46" style="shape=partialRectangle;html=1;whiteSpace=wrap;connectable=0;strokeColor=inherit;overflow=hidden;fillColor=none;top=0;left=0;bottom=0;right=0;pointerEvents=1;" value="RTU" vertex="1">
          <mxGeometry height="40" width="140" as="geometry">
            <mxRectangle height="40" width="140" as="alternateBounds" />
          </mxGeometry>
        </mxCell>
        <mxCell id="PJUP-OBpyC3OTBr9TddZ-48" parent="PJUP-OBpyC3OTBr9TddZ-46" style="shape=partialRectangle;html=1;whiteSpace=wrap;connectable=0;strokeColor=inherit;overflow=hidden;fillColor=none;top=0;left=0;bottom=0;right=0;pointerEvents=1;" value="ER34615*2+HPC1520" vertex="1">
          <mxGeometry height="40" width="140" x="140" as="geometry">
            <mxRectangle height="40" width="140" as="alternateBounds" />
          </mxGeometry>
        </mxCell>
        <mxCell id="PJUP-OBpyC3OTBr9TddZ-49" parent="PJUP-OBpyC3OTBr9TddZ-46" style="shape=partialRectangle;html=1;whiteSpace=wrap;connectable=0;strokeColor=inherit;overflow=hidden;fillColor=none;top=0;left=0;bottom=0;right=0;pointerEvents=1;" vertex="1">
          <mxGeometry height="40" width="140" x="280" as="geometry">
            <mxRectangle height="40" width="140" as="alternateBounds" />
          </mxGeometry>
        </mxCell>
        <mxCell id="PJUP-OBpyC3OTBr9TddZ-55" parent="PJUP-OBpyC3OTBr9TddZ-46" style="shape=partialRectangle;html=1;whiteSpace=wrap;connectable=0;strokeColor=inherit;overflow=hidden;fillColor=none;top=0;left=0;bottom=0;right=0;pointerEvents=1;" vertex="1">
          <mxGeometry height="40" width="140" x="420" as="geometry">
            <mxRectangle height="40" width="140" as="alternateBounds" />
          </mxGeometry>
        </mxCell>
        <mxCell id="PJUP-OBpyC3OTBr9TddZ-61" parent="PJUP-OBpyC3OTBr9TddZ-46" style="shape=partialRectangle;html=1;whiteSpace=wrap;connectable=0;strokeColor=inherit;overflow=hidden;fillColor=none;top=0;left=0;bottom=0;right=0;pointerEvents=1;" vertex="1">
          <mxGeometry height="40" width="140" x="560" as="geometry">
            <mxRectangle height="40" width="140" as="alternateBounds" />
          </mxGeometry>
        </mxCell>
        <mxCell id="PJUP-OBpyC3OTBr9TddZ-82" parent="PJUP-OBpyC3OTBr9TddZ-46" style="shape=partialRectangle;html=1;whiteSpace=wrap;connectable=0;strokeColor=inherit;overflow=hidden;fillColor=none;top=0;left=0;bottom=0;right=0;pointerEvents=1;" vertex="1">
          <mxGeometry height="40" width="110" x="700" as="geometry">
            <mxRectangle height="40" width="110" as="alternateBounds" />
          </mxGeometry>
        </mxCell>
        <mxCell id="PJUP-OBpyC3OTBr9TddZ-95" parent="PJUP-OBpyC3OTBr9TddZ-46" style="shape=partialRectangle;html=1;whiteSpace=wrap;connectable=0;strokeColor=inherit;overflow=hidden;fillColor=none;top=0;left=0;bottom=0;right=0;pointerEvents=1;" vertex="1">
          <mxGeometry height="40" width="110" x="810" as="geometry">
            <mxRectangle height="40" width="110" as="alternateBounds" />
          </mxGeometry>
        </mxCell>
        <mxCell id="PJUP-OBpyC3OTBr9TddZ-88" parent="PJUP-OBpyC3OTBr9TddZ-46" style="shape=partialRectangle;html=1;whiteSpace=wrap;connectable=0;strokeColor=inherit;overflow=hidden;fillColor=none;top=0;left=0;bottom=0;right=0;pointerEvents=1;" vertex="1">
          <mxGeometry height="40" width="110" x="920" as="geometry">
            <mxRectangle height="40" width="110" as="alternateBounds" />
          </mxGeometry>
        </mxCell>
-         <mxCell id="PJUP-OBpyC3OTBr9TddZ-62" parent="1" style="text;html=1;whiteSpace=wrap;overflow=hidden;rounded=0;" value="&lt;h1 style=&quot;margin-top: 0px;&quot;&gt;电量损耗估算工时&lt;/h1&gt;&lt;p&gt;当前电池容量 = 上一次计算电池容量 - 采集次数 * 采集功耗 - 上报功耗 - 容降功耗&amp;nbsp;&lt;/p&gt;&lt;p&gt;采集次数 = (本次上报时间 - 上一次上报时间)秒 / 采样间隔(秒)&lt;/p&gt;&lt;p&gt;容降功耗 = 电池容量（减损后）* 2% / 365 / 24&amp;nbsp; /60* (本次采集时间 - 上一次采集时间)分钟&lt;/p&gt;&lt;p&gt;&lt;br&gt;&lt;/p&gt;" vertex="1">
+         <mxCell id="PJUP-OBpyC3OTBr9TddZ-62" parent="1" style="text;html=1;whiteSpace=wrap;overflow=hidden;rounded=0;" value="&lt;h1 style=&quot;margin-top: 0px;&quot;&gt;电量损耗估算工时&lt;/h1&gt;&lt;p&gt;当前电池容量 = 上一次计算电池容量 - 采集次数 * 采集功耗 - 上报功耗&lt;/p&gt;&lt;p&gt;采集次数 = (本次上报时间 - 上一次上报时间)秒 / 采样间隔(秒)&lt;/p&gt;&lt;p&gt;容降功耗 = 电池容量（减损后）* 2% / 365 / 24&amp;nbsp; /60* (本次采集时间 - 上一次采集时间)分钟&lt;/p&gt;&lt;p&gt;&lt;font style=&quot;color: light-dark(rgb(255, 0, 0), rgb(237, 237, 237));&quot;&gt;采集次数(压力PM100/PM200普通采集模式) = (本次上报时间 - 上一次上报时间)分钟&lt;/font&gt;&lt;/p&gt;&lt;p&gt;&lt;font style=&quot;color: light-dark(rgb(255, 0, 0), rgb(237, 237, 237));&quot;&gt;采集次数(压力PM200高频采集模式) = (本次上报时间 - 上一次上报时间)秒&lt;/font&gt;&lt;/p&gt;" vertex="1">
          <mxGeometry height="250" width="760" x="-50" y="755" as="geometry" />
        </mxCell>
        <mxCell id="PJUP-OBpyC3OTBr9TddZ-63" parent="1" style="text;html=1;whiteSpace=wrap;strokeColor=none;fillColor=none;align=center;verticalAlign=middle;rounded=0;" value="&lt;h1 style=&quot;text-align: left; margin-top: 0px;&quot;&gt;设备电池电量配置信息&lt;/h1&gt;" vertex="1">
          <mxGeometry height="30" width="250" x="-50" y="370" as="geometry" />
        </mxCell>
        <mxCell id="PJUP-OBpyC3OTBr9TddZ-64" parent="1" style="text;html=1;whiteSpace=wrap;overflow=hidden;rounded=0;" value="&lt;h1 style=&quot;margin-top: 0px;&quot;&gt;电池电量表数据初始化&lt;/h1&gt;&lt;p&gt;1.新的设备：设备注册时，获取设备电池配置表的参数，直接生成相关数据&lt;/p&gt;&lt;p&gt;2.老的设备：获取&lt;span style=&quot;background-color: transparent; color: light-dark(rgb(0, 0, 0), rgb(255, 255, 255));&quot;&gt;设备电池配置表的参数，同时获取&lt;/span&gt;&lt;span style=&quot;background-color: transparent; color: light-dark(rgb(0, 0, 0), rgb(255, 255, 255));&quot;&gt;设备初次上报的时间，以及最后上报的参数信息，通过电量损耗估算公式，生成相关记录&lt;/span&gt;&lt;/p&gt;" vertex="1">
          <mxGeometry height="165" width="610" x="-50" y="1045" as="geometry" />
        </mxCell>
      </root>
    </mxGraphModel>
  </diagram>
</mxfile>
